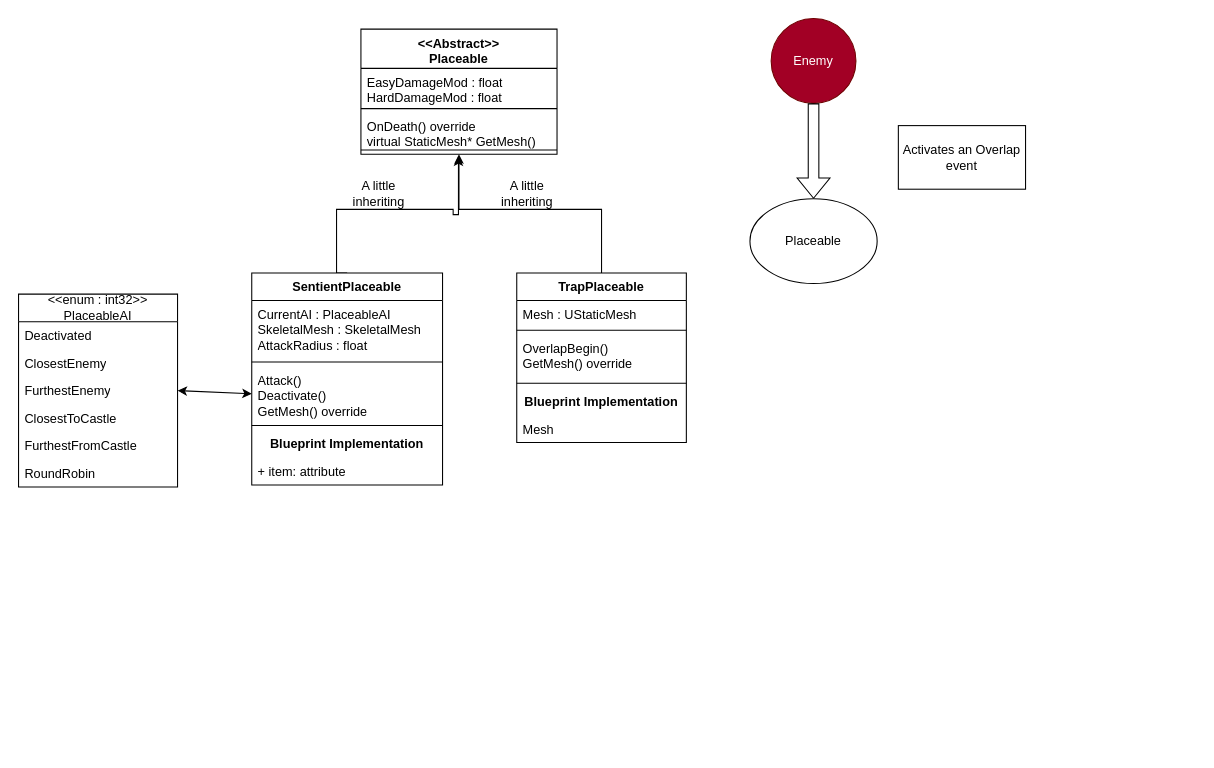
The draw.io diagram Design/PlaceableDesign.drawio in Edge321/DragonsDefense_v2, before the edit. Source tidied: cells renumbered, new cells numbered last; positions are measured from the earlier drawing's top-left corner, leaving out a move shared by most shapes. Both pictures are drawn from the tidied source at 106%, with x=0, y=0 at pixel (18, 18).
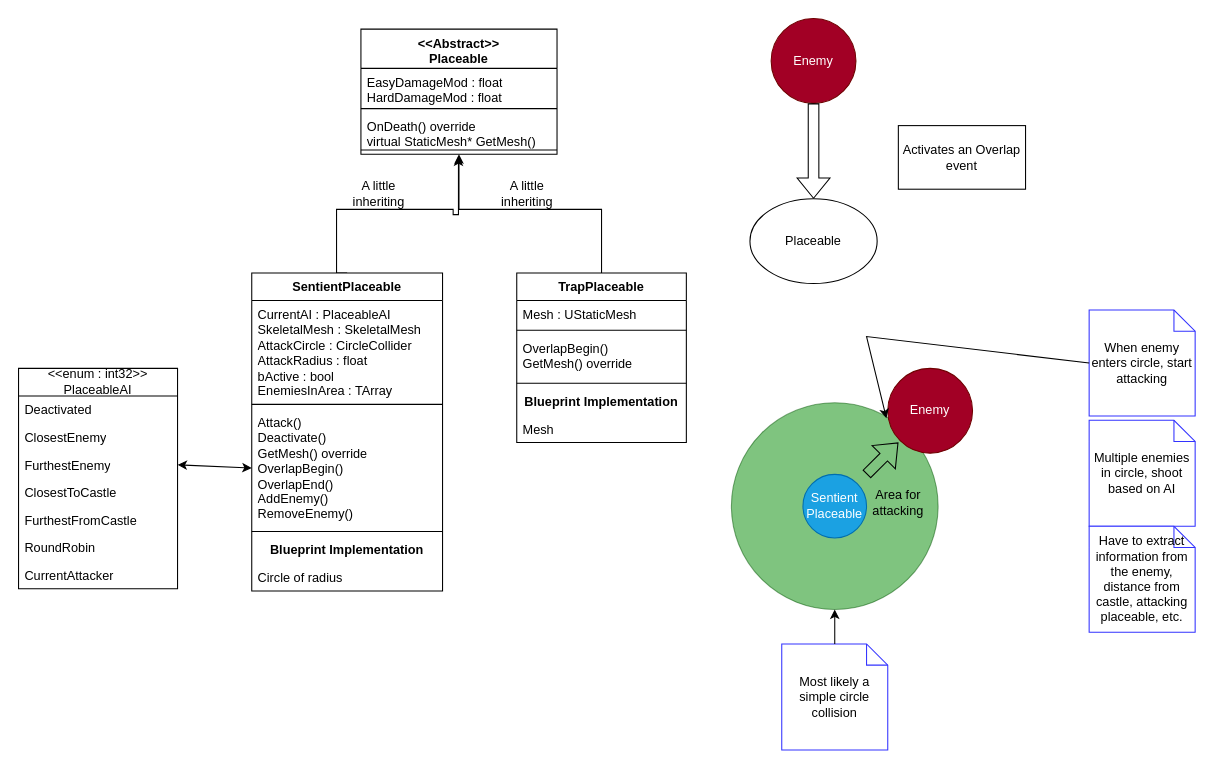
The same page after the edit.

The edit, as a diff of the source:
```diff
@@
     <mxCell id="2" value="&amp;lt;&amp;lt;enum : int32&amp;gt;&amp;gt;&lt;br&gt;PlaceableAI" style="swimlane;fontStyle=0;horizontal=1;startSize=26;fillColor=none;whiteSpace=wrap;html=1;" parent="1" vertex="1">
-      <mxGeometry y="260" width="150" height="182" as="geometry" />
+      <mxGeometry y="330" width="150" height="208" as="geometry" />
     </mxCell>
@@
+    <mxCell id="37" value="CurrentAttacker" style="text;strokeColor=none;fillColor=none;align=left;verticalAlign=top;spacingLeft=4;spacingRight=4;overflow=hidden;whiteSpace=wrap;html=1;" parent="2" vertex="1">
+      <mxGeometry y="182" width="150" height="26" as="geometry" />
+    </mxCell>
@@
     <mxCell id="10" value="SentientPlaceable" style="swimlane;fontStyle=1;align=center;verticalAlign=top;horizontal=1;startSize=26;whiteSpace=wrap;html=1;" parent="1" vertex="1">
-      <mxGeometry x="220" y="240" width="180" height="200" as="geometry" />
+      <mxGeometry x="220" y="240" width="180" height="300" as="geometry" />
     </mxCell>
-    <mxCell id="11" value="CurrentAI : PlaceableAI&lt;br&gt;SkeletalMesh : SkeletalMesh&lt;br&gt;AttackRadius : float" style="text;strokeColor=none;fillColor=none;align=left;verticalAlign=top;spacingLeft=4;spacingRight=4;overflow=hidden;whiteSpace=wrap;html=1;" parent="10" vertex="1">
-      <mxGeometry y="26" width="180" height="54" as="geometry" />
+    <mxCell id="11" value="CurrentAI : PlaceableAI&lt;br&gt;SkeletalMesh : SkeletalMesh&lt;br&gt;AttackCircle : CircleCollider&lt;br&gt;AttackRadius : float&lt;br&gt;bActive : bool&lt;br&gt;EnemiesInArea : TArray" style="text;strokeColor=none;fillColor=none;align=left;verticalAlign=top;spacingLeft=4;spacingRight=4;overflow=hidden;whiteSpace=wrap;html=1;" parent="10" vertex="1">
+      <mxGeometry y="26" width="180" height="94" as="geometry" />
     </mxCell>
     <mxCell id="12" style="line;strokeWidth=1;fillColor=none;align=left;verticalAlign=middle;spacingTop=-1;spacingLeft=3;spacingRight=3;labelPosition=right;strokeColor=inherit;" parent="10" vertex="1">
-      <mxGeometry y="80" width="180" height="8" as="geometry" />
+      <mxGeometry y="120" width="180" height="8" as="geometry" />
     </mxCell>
-    <mxCell id="13" value="Attack()&lt;br&gt;Deactivate()&lt;br&gt;GetMesh() override" style="text;strokeColor=none;fillColor=none;align=left;verticalAlign=top;spacingLeft=4;spacingRight=4;overflow=hidden;points=[[0,0.5],[1,0.5]];portConstraint=eastwest;whiteSpace=wrap;html=1;" parent="10" vertex="1">
-      <mxGeometry y="88" width="180" height="52" as="geometry" />
+    <mxCell id="13" value="Attack()&lt;br&gt;Deactivate()&lt;br&gt;GetMesh() override&lt;div&gt;OverlapBegin()&lt;/div&gt;&lt;div&gt;OverlapEnd()&lt;/div&gt;&lt;div&gt;AddEnemy()&lt;/div&gt;&lt;div&gt;RemoveEnemy()&lt;/div&gt;" style="text;strokeColor=none;fillColor=none;align=left;verticalAlign=top;spacingLeft=4;spacingRight=4;overflow=hidden;points=[[0,0.5],[1,0.5]];portConstraint=eastwest;whiteSpace=wrap;html=1;" parent="10" vertex="1">
+      <mxGeometry y="128" width="180" height="112" as="geometry" />
     </mxCell>
     <mxCell id="14" style="line;strokeWidth=1;fillColor=none;align=left;verticalAlign=middle;spacingTop=-1;spacingLeft=3;spacingRight=3;labelPosition=right;strokeColor=inherit;" parent="10" vertex="1">
-      <mxGeometry y="140" width="180" height="8" as="geometry" />
+      <mxGeometry y="240" width="180" height="8" as="geometry" />
     </mxCell>
     <mxCell id="15" value="&lt;b&gt;Blueprint Implementation&lt;/b&gt;" style="text;strokeColor=none;fillColor=none;align=center;verticalAlign=top;spacingLeft=4;spacingRight=4;overflow=hidden;whiteSpace=wrap;html=1;" parent="10" vertex="1">
-      <mxGeometry y="148" width="180" height="26" as="geometry" />
+      <mxGeometry y="248" width="180" height="26" as="geometry" />
     </mxCell>
-    <mxCell id="16" value="+ item: attribute" style="text;strokeColor=none;fillColor=none;align=left;verticalAlign=top;spacingLeft=4;spacingRight=4;overflow=hidden;whiteSpace=wrap;html=1;" parent="10" vertex="1">
-      <mxGeometry y="174" width="180" height="26" as="geometry" />
+    <mxCell id="16" value="Circle of radius" style="text;strokeColor=none;fillColor=none;align=left;verticalAlign=top;spacingLeft=4;spacingRight=4;overflow=hidden;whiteSpace=wrap;html=1;" parent="10" vertex="1">
+      <mxGeometry y="274" width="180" height="26" as="geometry" />
     </mxCell>
@@
+    <mxCell id="38" style="ellipse;whiteSpace=wrap;html=1;opacity=50;fillColor=#008a00;fontColor=#ffffff;strokeColor=#005700;" parent="1" vertex="1">
+      <mxGeometry x="672.5" y="362.5" width="195" height="195" as="geometry" />
+    </mxCell>
+    <mxCell id="39" value="Sentient&lt;br&gt;Placeable" style="ellipse;whiteSpace=wrap;html=1;fillColor=#1ba1e2;fontColor=#ffffff;strokeColor=#006EAF;" parent="1" vertex="1">
+      <mxGeometry x="740" y="430" width="60" height="60" as="geometry" />
+    </mxCell>
+    <mxCell id="40" value="Area for attacking" style="text;html=1;align=center;verticalAlign=middle;whiteSpace=wrap;rounded=0;" parent="1" vertex="1">
+      <mxGeometry x="800" y="442" width="60" height="30" as="geometry" />
+    </mxCell>
+    <mxCell id="41" value="Most likely a simple circle collision" style="shape=note;size=20;whiteSpace=wrap;html=1;strokeColor=#3333FF;" parent="1" vertex="1">
+      <mxGeometry x="720" y="590" width="100" height="100" as="geometry" />
+    </mxCell>
+    <mxCell id="42" style="endArrow=classic;html=1;rounded=0;entryX=0.5;entryY=1;entryDx=0;entryDy=0;" parent="1" edge="1" target="38">
+      <mxGeometry relative="1" as="geometry">
+        <mxPoint x="770" y="590" as="sourcePoint" />
+      </mxGeometry>
+    </mxCell>
+    <mxCell id="43" value="Enemy" style="ellipse;whiteSpace=wrap;html=1;fillColor=#a20025;fontColor=#ffffff;strokeColor=#6F0000;" parent="1" vertex="1">
+      <mxGeometry x="820" y="330" width="80" height="80" as="geometry" />
+    </mxCell>
+    <mxCell id="44" style="shape=flexArrow;endArrow=classic;html=1;rounded=0;" parent="1" edge="1">
+      <mxGeometry relative="1" as="geometry">
+        <mxPoint x="800" y="430" as="sourcePoint" />
+        <mxPoint x="830" y="400" as="targetPoint" />
+      </mxGeometry>
+    </mxCell>
+    <mxCell id="45" value="When enemy enters circle, start attacking" style="shape=note;size=20;whiteSpace=wrap;html=1;strokeColor=#3333FF;" parent="1" vertex="1">
+      <mxGeometry x="1010" y="275" width="100" height="100" as="geometry" />
+    </mxCell>
+    <mxCell id="46" style="endArrow=classic;html=1;rounded=0;exitX=0;exitY=0.5;exitDx=0;exitDy=0;exitPerimeter=0;entryX=-0.016;entryY=0.589;entryDx=0;entryDy=0;entryPerimeter=0;" parent="1" edge="1" source="45" target="43">
+      <mxGeometry relative="1" as="geometry">
+        <Array as="points">
+          <mxPoint x="800" y="300" />
+        </Array>
+      </mxGeometry>
+    </mxCell>
+    <mxCell id="47" value="Multiple enemies in circle, shoot based on AI" style="shape=note;size=20;whiteSpace=wrap;html=1;strokeColor=#3333FF;" parent="1" vertex="1">
+      <mxGeometry x="1010" y="379" width="100" height="100" as="geometry" />
+    </mxCell>
+    <mxCell id="48" value="Have to extract information from the enemy, distance from castle, attacking placeable, etc." style="shape=note;size=20;whiteSpace=wrap;html=1;strokeColor=#3333FF;" parent="1" vertex="1">
+      <mxGeometry x="1010" y="479" width="100" height="100" as="geometry" />
+    </mxCell>
```
